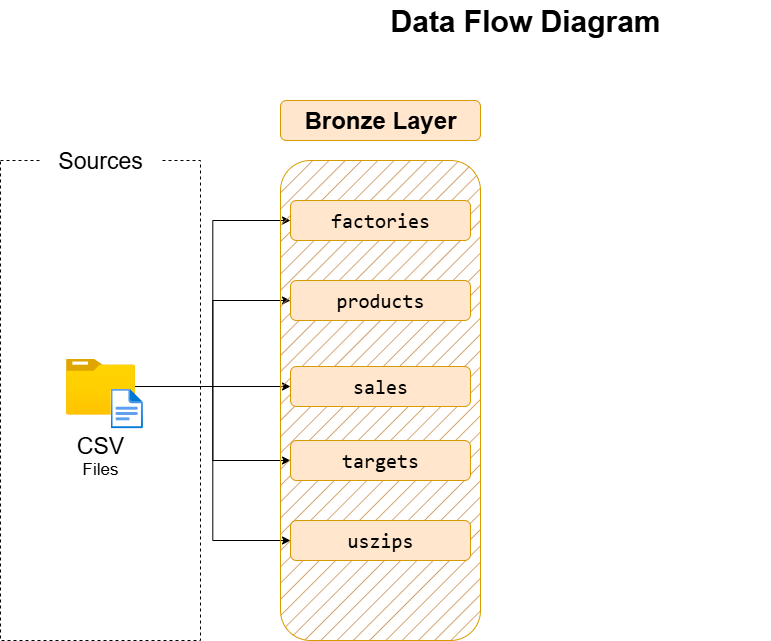
Earlier version of the draw.io export warehouse/docs/Data Flow Diagram.png (dharmeshrohit/Candy-Distributor). Source tidied: cells renumbered, new cells last; positions are measured from the earlier drawing's top-left corner, leaving out a move shared by most shapes. Source of this version:
```xml
<mxGraphModel background="#ffffff">
  <root>
    <mxCell id="0" />
    <mxCell id="1" parent="0" />
    <mxCell id="2" style="rounded=0;whiteSpace=wrap;html=1;fillColor=none;dashed=1;" parent="1" vertex="1">
      <mxGeometry y="160" width="200" height="480" as="geometry" />
    </mxCell>
    <mxCell id="3" value="&lt;font style=&quot;font-size: 23px;&quot;&gt;Sources&lt;/font&gt;" style="rounded=1;whiteSpace=wrap;html=1;strokeColor=none;" parent="1" vertex="1">
      <mxGeometry x="40" y="130" width="120" height="60" as="geometry" />
    </mxCell>
    <mxCell id="4" style="edgeStyle=orthogonalEdgeStyle;rounded=0;jettySize=auto;html=1;entryX=0;entryY=0.5;entryDx=0;entryDy=0;" parent="1" edge="1" source="9" target="16">
      <mxGeometry relative="1" as="geometry" />
    </mxCell>
    <mxCell id="5" style="edgeStyle=orthogonalEdgeStyle;rounded=0;jettySize=auto;html=1;entryX=0;entryY=0.5;entryDx=0;entryDy=0;" parent="1" edge="1" source="9" target="15">
      <mxGeometry relative="1" as="geometry" />
    </mxCell>
    <mxCell id="6" style="edgeStyle=orthogonalEdgeStyle;rounded=0;jettySize=auto;html=1;entryX=0;entryY=0.5;entryDx=0;entryDy=0;" parent="1" edge="1" source="9" target="14">
      <mxGeometry relative="1" as="geometry" />
    </mxCell>
    <mxCell id="7" style="edgeStyle=orthogonalEdgeStyle;rounded=0;jettySize=auto;html=1;entryX=0;entryY=0.5;entryDx=0;entryDy=0;" parent="1" edge="1" source="9" target="17">
      <mxGeometry relative="1" as="geometry" />
    </mxCell>
    <mxCell id="8" style="edgeStyle=orthogonalEdgeStyle;rounded=0;jettySize=auto;html=1;entryX=0;entryY=0.5;entryDx=0;entryDy=0;" parent="1" edge="1" source="9" target="18">
      <mxGeometry relative="1" as="geometry" />
    </mxCell>
    <mxCell id="9" style="image;html=1;points=[];align=center;fontSize=12;image=img/lib/azure2/general/Folder_Blank.svg;" parent="1" vertex="1">
      <mxGeometry x="65.5" y="358" width="69" height="56" as="geometry" />
    </mxCell>
    <mxCell id="10" style="image;html=1;align=center;fontSize=12;image=img/lib/azure2/general/File.svg;" parent="1" vertex="1">
      <mxGeometry x="110" y="388" width="32.5" height="40" as="geometry" />
    </mxCell>
    <mxCell id="11" value="&lt;font style=&quot;font-size: 23px;&quot;&gt;CSV&lt;/font&gt;&lt;div&gt;&lt;font style=&quot;font-size: 17px;&quot;&gt;Files&lt;/font&gt;&lt;/div&gt;" style="text;html=1;align=center;verticalAlign=middle;whiteSpace=wrap;rounded=0;" parent="1" vertex="1">
      <mxGeometry x="70" y="440" width="60" height="30" as="geometry" />
    </mxCell>
    <mxCell id="12" style="rounded=1;whiteSpace=wrap;html=1;fillStyle=hatch;fillColor=light-dark(#c88946, #36210a);strokeColor=#d79b00;" parent="1" vertex="1">
      <mxGeometry x="280" y="160" width="200" height="480" as="geometry" />
    </mxCell>
    <mxCell id="13" value="&lt;font style=&quot;font-size: 24px;&quot;&gt;&lt;b&gt;Bronze Layer&lt;/b&gt;&lt;/font&gt;" style="rounded=1;whiteSpace=wrap;html=1;fillColor=#ffe6cc;strokeColor=#d79b00;" parent="1" vertex="1">
      <mxGeometry x="280" y="100" width="200" height="40" as="geometry" />
    </mxCell>
    <mxCell id="14" value="&lt;h2 style=&quot;font-family: Consolas, &amp;quot;Courier New&amp;quot;, monospace; line-height: 19px; white-space: pre;&quot;&gt;&lt;font style=&quot;color: rgb(0, 0, 0); font-size: 20px; font-weight: normal;&quot;&gt;factories&lt;/font&gt;&lt;/h2&gt;" style="rounded=1;whiteSpace=wrap;html=1;fillColor=#ffe6cc;strokeColor=#d79b00;" parent="1" vertex="1">
      <mxGeometry x="290" y="200" width="180" height="40" as="geometry" />
    </mxCell>
    <mxCell id="15" value="&lt;h2 style=&quot;font-family: Consolas, &amp;quot;Courier New&amp;quot;, monospace; line-height: 19px; white-space: pre;&quot;&gt;&lt;span style=&quot;font-size: 20px; font-weight: normal;&quot;&gt;products&lt;/span&gt;&lt;/h2&gt;" style="rounded=1;whiteSpace=wrap;html=1;fillColor=#ffe6cc;strokeColor=#d79b00;" parent="1" vertex="1">
      <mxGeometry x="290" y="280" width="180" height="40" as="geometry" />
    </mxCell>
    <mxCell id="16" value="&lt;h2 style=&quot;font-family: Consolas, &amp;quot;Courier New&amp;quot;, monospace; line-height: 19px; white-space: pre;&quot;&gt;&lt;span style=&quot;font-size: 20px; font-weight: normal;&quot;&gt;sales&lt;/span&gt;&lt;/h2&gt;" style="rounded=1;whiteSpace=wrap;html=1;fillColor=#ffe6cc;strokeColor=#d79b00;" parent="1" vertex="1">
      <mxGeometry x="290" y="366" width="180" height="40" as="geometry" />
    </mxCell>
    <mxCell id="17" value="&lt;h2 style=&quot;font-family: Consolas, &amp;quot;Courier New&amp;quot;, monospace; line-height: 19px; white-space: pre;&quot;&gt;&lt;span style=&quot;font-size: 20px; font-weight: normal;&quot;&gt;targets&lt;/span&gt;&lt;/h2&gt;" style="rounded=1;whiteSpace=wrap;html=1;fillColor=#ffe6cc;strokeColor=#d79b00;" parent="1" vertex="1">
      <mxGeometry x="290" y="440" width="180" height="40" as="geometry" />
    </mxCell>
    <mxCell id="18" value="&lt;h2 style=&quot;font-family: Consolas, &amp;quot;Courier New&amp;quot;, monospace; line-height: 19px; white-space: pre;&quot;&gt;&lt;span style=&quot;font-size: 20px; font-weight: normal;&quot;&gt;uszips&lt;/span&gt;&lt;/h2&gt;" style="rounded=1;whiteSpace=wrap;html=1;fillColor=#ffe6cc;strokeColor=#d79b00;" parent="1" vertex="1">
      <mxGeometry x="290" y="520" width="180" height="40" as="geometry" />
    </mxCell>
    <mxCell id="19" value="&lt;b&gt;&lt;font style=&quot;font-size: 30px;&quot;&gt;Data Flow Diagram&lt;/font&gt;&lt;/b&gt;" style="text;html=1;align=center;verticalAlign=middle;whiteSpace=wrap;rounded=0;" parent="1" vertex="1">
      <mxGeometry x="280" width="490" height="40" as="geometry" />
    </mxCell>
  </root>
</mxGraphModel>
```
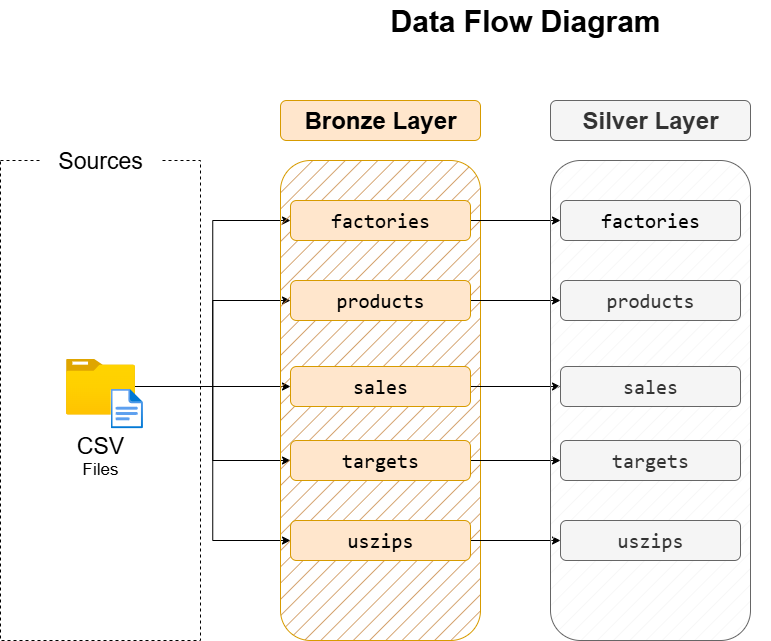
After the change.

Commit message:
Extended the Data Flow Diagram

What changed in the source:
```diff
@@ -1,4 +1,4 @@
-<mxGraphModel background="#ffffff">
+<mxGraphModel>
   <root>
     <mxCell id="0" />
     <mxCell id="1" parent="0" />
@@ -38,23 +38,59 @@
     <mxCell id="13" value="&lt;font style=&quot;font-size: 24px;&quot;&gt;&lt;b&gt;Bronze Layer&lt;/b&gt;&lt;/font&gt;" style="rounded=1;whiteSpace=wrap;html=1;fillColor=#ffe6cc;strokeColor=#d79b00;" parent="1" vertex="1">
       <mxGeometry x="280" y="100" width="200" height="40" as="geometry" />
     </mxCell>
+    <mxCell id="20" style="edgeStyle=orthogonalEdgeStyle;rounded=0;jettySize=auto;html=1;entryX=0;entryY=0.5;entryDx=0;entryDy=0;" parent="1" edge="1" source="14" target="27">
+      <mxGeometry relative="1" as="geometry" />
+    </mxCell>
     <mxCell id="14" value="&lt;h2 style=&quot;font-family: Consolas, &amp;quot;Courier New&amp;quot;, monospace; line-height: 19px; white-space: pre;&quot;&gt;&lt;font style=&quot;color: rgb(0, 0, 0); font-size: 20px; font-weight: normal;&quot;&gt;factories&lt;/font&gt;&lt;/h2&gt;" style="rounded=1;whiteSpace=wrap;html=1;fillColor=#ffe6cc;strokeColor=#d79b00;" parent="1" vertex="1">
       <mxGeometry x="290" y="200" width="180" height="40" as="geometry" />
     </mxCell>
+    <mxCell id="21" style="edgeStyle=orthogonalEdgeStyle;rounded=0;jettySize=auto;html=1;" parent="1" edge="1" source="15" target="28">
+      <mxGeometry relative="1" as="geometry" />
+    </mxCell>
     <mxCell id="15" value="&lt;h2 style=&quot;font-family: Consolas, &amp;quot;Courier New&amp;quot;, monospace; line-height: 19px; white-space: pre;&quot;&gt;&lt;span style=&quot;font-size: 20px; font-weight: normal;&quot;&gt;products&lt;/span&gt;&lt;/h2&gt;" style="rounded=1;whiteSpace=wrap;html=1;fillColor=#ffe6cc;strokeColor=#d79b00;" parent="1" vertex="1">
       <mxGeometry x="290" y="280" width="180" height="40" as="geometry" />
     </mxCell>
+    <mxCell id="22" style="edgeStyle=orthogonalEdgeStyle;rounded=0;jettySize=auto;html=1;entryX=0;entryY=0.5;entryDx=0;entryDy=0;" parent="1" edge="1" source="16" target="29">
+      <mxGeometry relative="1" as="geometry" />
+    </mxCell>
     <mxCell id="16" value="&lt;h2 style=&quot;font-family: Consolas, &amp;quot;Courier New&amp;quot;, monospace; line-height: 19px; white-space: pre;&quot;&gt;&lt;span style=&quot;font-size: 20px; font-weight: normal;&quot;&gt;sales&lt;/span&gt;&lt;/h2&gt;" style="rounded=1;whiteSpace=wrap;html=1;fillColor=#ffe6cc;strokeColor=#d79b00;" parent="1" vertex="1">
       <mxGeometry x="290" y="366" width="180" height="40" as="geometry" />
     </mxCell>
+    <mxCell id="23" style="edgeStyle=orthogonalEdgeStyle;rounded=0;jettySize=auto;html=1;entryX=0;entryY=0.5;entryDx=0;entryDy=0;" parent="1" edge="1" source="17" target="30">
+      <mxGeometry relative="1" as="geometry" />
+    </mxCell>
     <mxCell id="17" value="&lt;h2 style=&quot;font-family: Consolas, &amp;quot;Courier New&amp;quot;, monospace; line-height: 19px; white-space: pre;&quot;&gt;&lt;span style=&quot;font-size: 20px; font-weight: normal;&quot;&gt;targets&lt;/span&gt;&lt;/h2&gt;" style="rounded=1;whiteSpace=wrap;html=1;fillColor=#ffe6cc;strokeColor=#d79b00;" parent="1" vertex="1">
       <mxGeometry x="290" y="440" width="180" height="40" as="geometry" />
     </mxCell>
+    <mxCell id="24" style="edgeStyle=orthogonalEdgeStyle;rounded=0;jettySize=auto;html=1;entryX=0;entryY=0.5;entryDx=0;entryDy=0;" parent="1" edge="1" source="18" target="31">
+      <mxGeometry relative="1" as="geometry" />
+    </mxCell>
     <mxCell id="18" value="&lt;h2 style=&quot;font-family: Consolas, &amp;quot;Courier New&amp;quot;, monospace; line-height: 19px; white-space: pre;&quot;&gt;&lt;span style=&quot;font-size: 20px; font-weight: normal;&quot;&gt;uszips&lt;/span&gt;&lt;/h2&gt;" style="rounded=1;whiteSpace=wrap;html=1;fillColor=#ffe6cc;strokeColor=#d79b00;" parent="1" vertex="1">
       <mxGeometry x="290" y="520" width="180" height="40" as="geometry" />
     </mxCell>
     <mxCell id="19" value="&lt;b&gt;&lt;font style=&quot;font-size: 30px;&quot;&gt;Data Flow Diagram&lt;/font&gt;&lt;/b&gt;" style="text;html=1;align=center;verticalAlign=middle;whiteSpace=wrap;rounded=0;" parent="1" vertex="1">
       <mxGeometry x="280" width="490" height="40" as="geometry" />
     </mxCell>
+    <mxCell id="25" style="rounded=1;whiteSpace=wrap;html=1;fillStyle=hatch;fillColor=#f5f5f5;strokeColor=#666666;fontColor=#333333;" parent="1" vertex="1">
+      <mxGeometry x="550" y="160" width="200" height="480" as="geometry" />
+    </mxCell>
+    <mxCell id="26" value="&lt;font style=&quot;font-size: 24px;&quot;&gt;&lt;b&gt;Silver Layer&lt;/b&gt;&lt;/font&gt;" style="rounded=1;whiteSpace=wrap;html=1;fillColor=#f5f5f5;strokeColor=#666666;fontColor=#333333;" parent="1" vertex="1">
+      <mxGeometry x="550" y="100" width="200" height="40" as="geometry" />
+    </mxCell>
+    <mxCell id="27" value="&lt;h2 style=&quot;font-family: Consolas, &amp;quot;Courier New&amp;quot;, monospace; line-height: 19px; white-space: pre;&quot;&gt;&lt;font style=&quot;color: rgb(0, 0, 0); font-size: 20px; font-weight: normal;&quot;&gt;factories&lt;/font&gt;&lt;/h2&gt;" style="rounded=1;whiteSpace=wrap;html=1;fillColor=#f5f5f5;strokeColor=#666666;fontColor=#333333;" parent="1" vertex="1">
+      <mxGeometry x="560" y="200" width="180" height="40" as="geometry" />
+    </mxCell>
+    <mxCell id="28" value="&lt;h2 style=&quot;font-family: Consolas, &amp;quot;Courier New&amp;quot;, monospace; line-height: 19px; white-space: pre;&quot;&gt;&lt;span style=&quot;font-size: 20px; font-weight: normal;&quot;&gt;products&lt;/span&gt;&lt;/h2&gt;" style="rounded=1;whiteSpace=wrap;html=1;fillColor=#f5f5f5;strokeColor=#666666;fontColor=#333333;" parent="1" vertex="1">
+      <mxGeometry x="560" y="280" width="180" height="40" as="geometry" />
+    </mxCell>
+    <mxCell id="29" value="&lt;h2 style=&quot;font-family: Consolas, &amp;quot;Courier New&amp;quot;, monospace; line-height: 19px; white-space: pre;&quot;&gt;&lt;span style=&quot;font-size: 20px; font-weight: normal;&quot;&gt;sales&lt;/span&gt;&lt;/h2&gt;" style="rounded=1;whiteSpace=wrap;html=1;fillColor=#f5f5f5;strokeColor=#666666;fontColor=#333333;" parent="1" vertex="1">
+      <mxGeometry x="560" y="366" width="180" height="40" as="geometry" />
+    </mxCell>
+    <mxCell id="30" value="&lt;h2 style=&quot;font-family: Consolas, &amp;quot;Courier New&amp;quot;, monospace; line-height: 19px; white-space: pre;&quot;&gt;&lt;span style=&quot;font-size: 20px; font-weight: normal;&quot;&gt;targets&lt;/span&gt;&lt;/h2&gt;" style="rounded=1;whiteSpace=wrap;html=1;fillColor=#f5f5f5;strokeColor=#666666;fontColor=#333333;" parent="1" vertex="1">
+      <mxGeometry x="560" y="440" width="180" height="40" as="geometry" />
+    </mxCell>
+    <mxCell id="31" value="&lt;h2 style=&quot;font-family: Consolas, &amp;quot;Courier New&amp;quot;, monospace; line-height: 19px; white-space: pre;&quot;&gt;&lt;span style=&quot;font-size: 20px; font-weight: normal;&quot;&gt;uszips&lt;/span&gt;&lt;/h2&gt;" style="rounded=1;whiteSpace=wrap;html=1;fillColor=#f5f5f5;strokeColor=#666666;fontColor=#333333;" parent="1" vertex="1">
+      <mxGeometry x="560" y="520" width="180" height="40" as="geometry" />
+    </mxCell>
   </root>
 </mxGraphModel>
```
